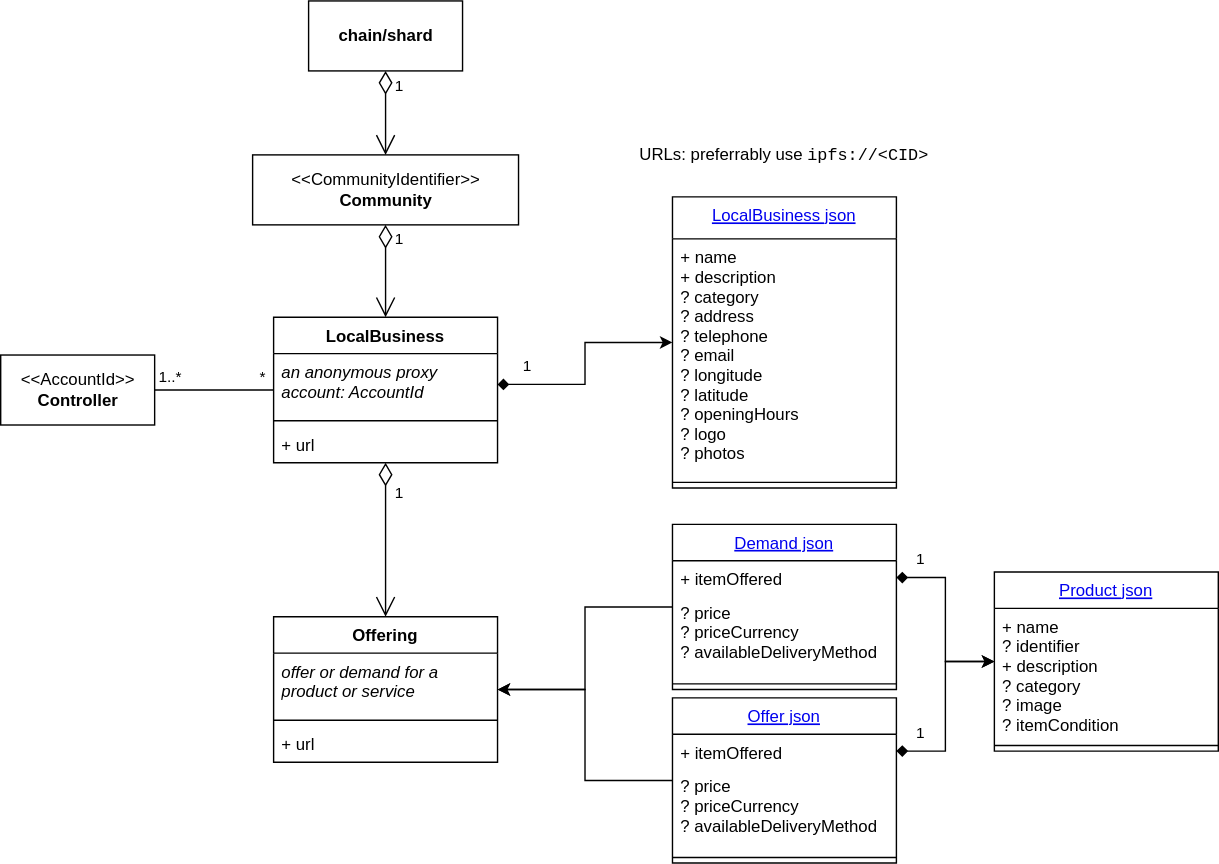
encointer/pallets keeps this draw.io diagram as bazaar/BazaarClassDiagram.svg. Above is the earlier version. Source tidied: cells renumbered, new cells last; positions are measured from the earlier drawing's top-left corner, leaving out a move shared by most shapes.
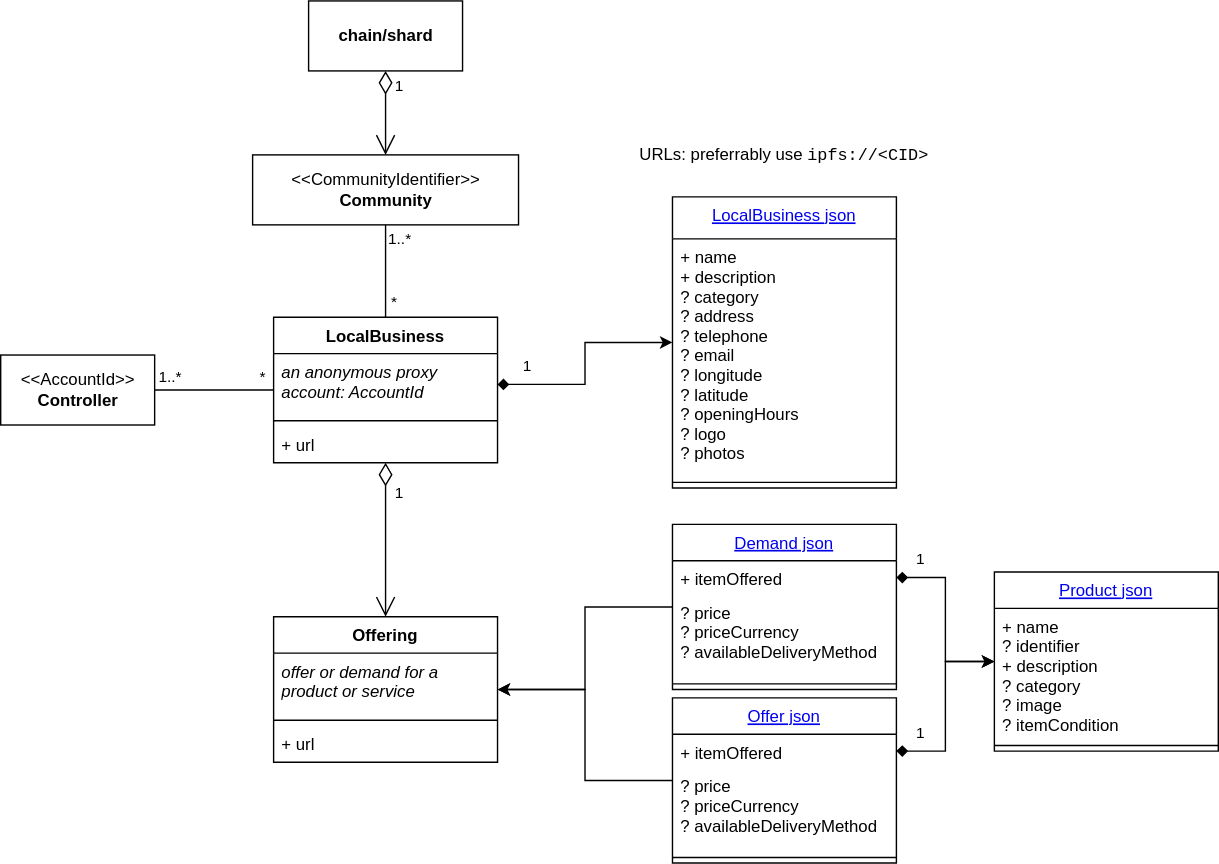
Above is the later version.

Commit message:
[bazaar] update Community<->Business relation in UML

The edit, as a diff of the source:
```diff
@@ -11,9 +11,6 @@
     <mxCell id="4" value="1" style="endArrow=open;html=1;endSize=12;startArrow=diamondThin;startSize=14;startFill=0;edgeStyle=orthogonalEdgeStyle;align=left;verticalAlign=bottom;" parent="1" edge="1" source="15" target="38">
       <mxGeometry x="-0.43" y="5" relative="1" as="geometry" />
     </mxCell>
-    <mxCell id="5" value="1" style="endArrow=open;html=1;endSize=12;startArrow=diamondThin;startSize=14;startFill=0;edgeStyle=orthogonalEdgeStyle;align=left;verticalAlign=bottom;" parent="1" edge="1" source="3" target="15">
-      <mxGeometry x="-0.43" y="5" relative="1" as="geometry" />
-    </mxCell>
     <mxCell id="6" value="1" style="endArrow=open;html=1;endSize=12;startArrow=diamondThin;startSize=14;startFill=0;edgeStyle=orthogonalEdgeStyle;align=left;verticalAlign=bottom;" parent="1" edge="1" source="2" target="3">
       <mxGeometry x="-0.33" y="5" relative="1" as="geometry" />
     </mxCell>
@@ -132,5 +129,18 @@
     <mxCell id="41" value="+ url" style="text;strokeColor=none;fillColor=none;align=left;verticalAlign=top;spacingLeft=4;spacingRight=4;overflow=hidden;" parent="38" vertex="1">
       <mxGeometry y="78" width="160" height="26" as="geometry" />
     </mxCell>
+    <mxCell id="5" style="edgeStyle=orthogonalEdgeStyle;rounded=0;jettySize=auto;html=1;endArrow=none;endFill=0;entryX=0.5;entryY=0;entryDx=0;entryDy=0;exitX=0.5;exitY=1;exitDx=0;exitDy=0;" parent="1" edge="1" source="3" target="15">
+      <mxGeometry relative="1" as="geometry" />
+    </mxCell>
+    <mxCell id="42" value="1..*" style="edgeLabel;html=1;align=center;verticalAlign=middle;" parent="5" vertex="1">
+      <mxGeometry x="-0.78" y="-1" relative="1" as="geometry">
+        <mxPoint x="11" y="2" as="offset" />
+      </mxGeometry>
+    </mxCell>
+    <mxCell id="43" value="&lt;div&gt;*&lt;/div&gt;" style="edgeLabel;html=1;align=center;verticalAlign=middle;" parent="5" vertex="1">
+      <mxGeometry x="0.78" y="2" relative="1" as="geometry">
+        <mxPoint x="4" y="-5" as="offset" />
+      </mxGeometry>
+    </mxCell>
   </root>
 </mxGraphModel>
```
